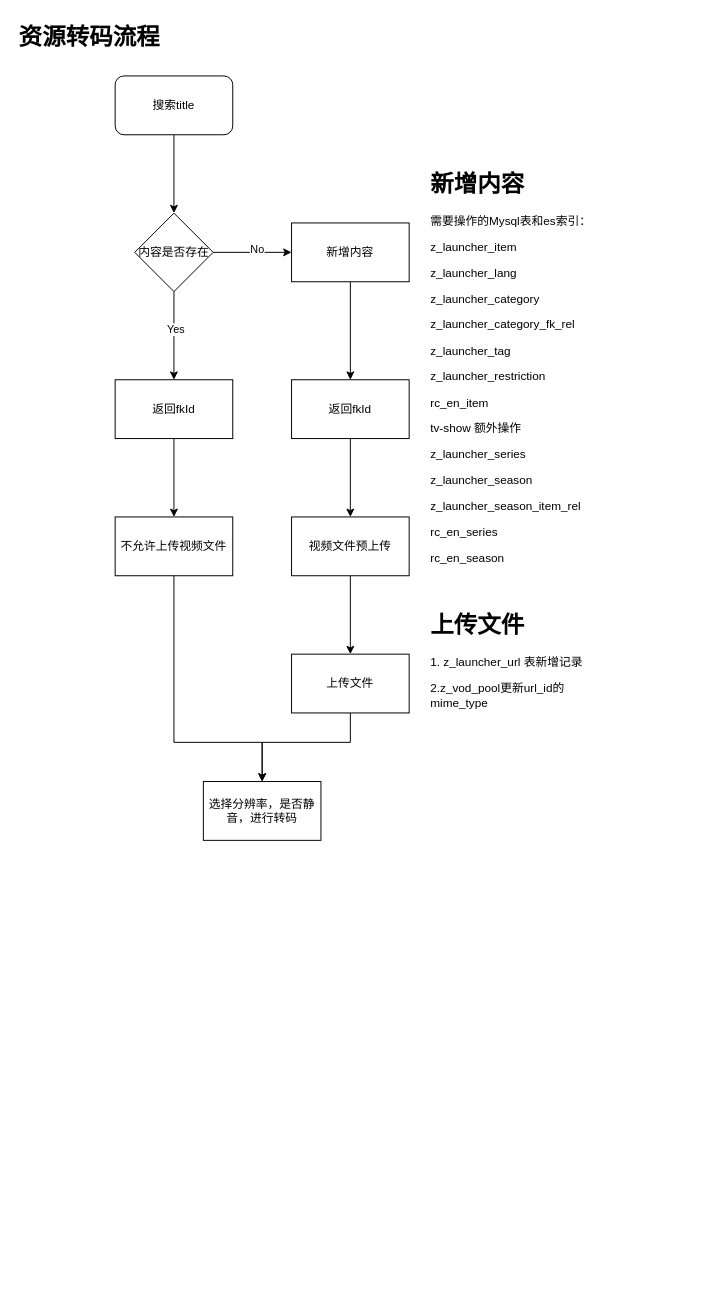
stevezhouht/baiduCDP keeps this draw.io diagram as update/资源转码.drawio. Above is the earlier version. Source tidied: cells renumbered, new cells numbered last; positions are measured from the earlier drawing's top-left corner, leaving out a move shared by most shapes. Both pictures are drawn from the tidied source at 98%, with x=0, y=0 at pixel (17, 17).
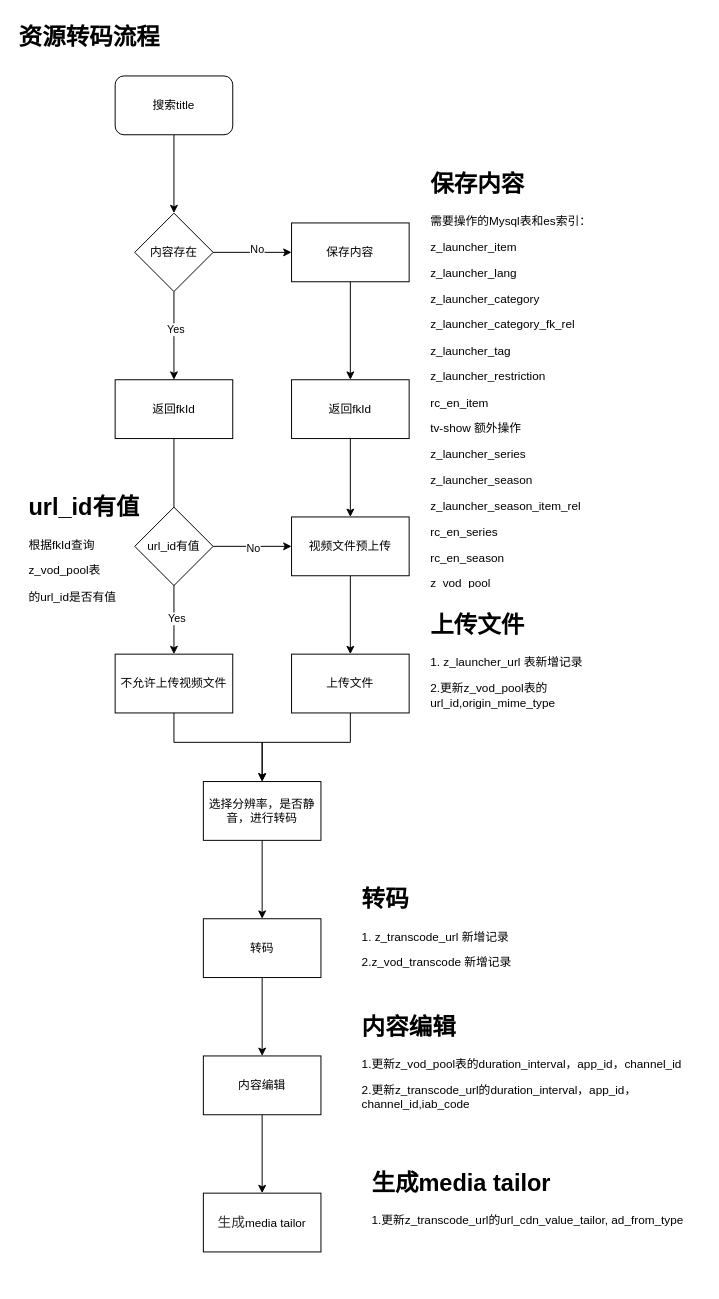
After the change.

Commit message:
更新资源转码.drawio

The change refers to these unchanged cells:
```xml
<mxCell id="11" style="edgeStyle=orthogonalEdgeStyle;rounded=0;jettySize=auto;html=1;" parent="1" edge="1" source="12" target="13">
  <mxGeometry relative="1" as="geometry" />
</mxCell>
<mxCell id="17" value="视频文件预上传" style="whiteSpace=wrap;html=1;rounded=0;" parent="1" vertex="1">
  <mxGeometry x="280" y="510" width="120" height="60" as="geometry" />
</mxCell>
<mxCell id="22" value="选择分辨率，是否静音，进行转码" style="rounded=0;whiteSpace=wrap;html=1;" parent="1" vertex="1">
  <mxGeometry x="190" y="780" width="120" height="60" as="geometry" />
</mxCell>
```

What changed in the source:
```diff
@@
-    <mxCell id="8" value="内容是否存在" style="rhombus;whiteSpace=wrap;html=1;" parent="1" vertex="1">
+    <mxCell id="8" value="内容存在" style="rhombus;whiteSpace=wrap;html=1;" parent="1" vertex="1">
       <mxGeometry x="120" y="200" width="80" height="80" as="geometry" />
     </mxCell>
@@
-    <mxCell id="10" value="新增内容" style="rounded=0;whiteSpace=wrap;html=1;" parent="1" vertex="1">
+    <mxCell id="10" value="保存内容" style="rounded=0;whiteSpace=wrap;html=1;" parent="1" vertex="1">
       <mxGeometry x="280" y="210" width="120" height="60" as="geometry" />
     </mxCell>
@@
+    <mxCell id="25" value="Yes" style="edgeLabel;html=1;align=center;verticalAlign=middle;" parent="11" vertex="1">
+      <mxGeometry x="0.66" y="2" relative="1" as="geometry" />
+    </mxCell>
@@
     <mxCell id="13" value="不允许上传视频文件" style="whiteSpace=wrap;html=1;" parent="1" vertex="1">
-      <mxGeometry x="100" y="510" width="120" height="60" as="geometry" />
+      <mxGeometry x="100" y="650" width="120" height="60" as="geometry" />
     </mxCell>
@@
-    <mxCell id="20" value="&lt;h1 style=&quot;margin-top: 0px;&quot;&gt;上传文件&lt;/h1&gt;&lt;p&gt;1. z_launcher_url 表新增记录&lt;/p&gt;&lt;p&gt;2.z_vod_pool更新url_id的mime_type&lt;/p&gt;" style="text;html=1;whiteSpace=wrap;overflow=hidden;rounded=0;" parent="1" vertex="1">
+    <mxCell id="20" value="&lt;h1 style=&quot;margin-top: 0px;&quot;&gt;上传文件&lt;/h1&gt;&lt;p&gt;1. z_launcher_url 表新增记录&lt;/p&gt;&lt;p&gt;2.更新z_vod_pool表的url_id,origin_mime_type&lt;/p&gt;" style="text;html=1;whiteSpace=wrap;overflow=hidden;rounded=0;" parent="1" vertex="1">
       <mxGeometry x="420" y="600" width="180" height="120" as="geometry" />
     </mxCell>
@@
+    <mxCell id="26" style="edgeStyle=orthogonalEdgeStyle;rounded=0;jettySize=auto;html=1;" parent="1" edge="1" source="22" target="32">
+      <mxGeometry relative="1" as="geometry" />
+    </mxCell>
@@
-    <mxCell id="24" value="&lt;h1 style=&quot;margin-top: 0px;&quot;&gt;新增内容&lt;/h1&gt;&lt;p&gt;需要操作的Mysql表和es索引：&lt;/p&gt;&lt;p&gt;z_launcher_item&lt;/p&gt;&lt;p&gt;z_launcher_lang&lt;/p&gt;&lt;p&gt;z_launcher_category&lt;/p&gt;&lt;p&gt;z_launcher_category_fk_rel&lt;/p&gt;&lt;p&gt;z_launcher_tag&lt;/p&gt;&lt;p&gt;z_launcher_restriction&lt;/p&gt;&lt;p&gt;rc_en_item&lt;/p&gt;&lt;p&gt;tv-show 额外操作&lt;/p&gt;&lt;p&gt;z_launcher_series&lt;/p&gt;&lt;p&gt;z_launcher_season&lt;/p&gt;&lt;p&gt;z_launcher_season_item_rel&lt;/p&gt;&lt;p&gt;rc_en_series&lt;/p&gt;&lt;p&gt;rc_en_season&lt;/p&gt;" style="text;html=1;whiteSpace=wrap;overflow=hidden;rounded=0;" parent="1" vertex="1">
+    <mxCell id="24" value="&lt;h1 style=&quot;margin-top: 0px;&quot;&gt;保存内容&lt;/h1&gt;&lt;p&gt;需要操作的Mysql表和es索引：&lt;/p&gt;&lt;p&gt;z_launcher_item&lt;/p&gt;&lt;p&gt;z_launcher_lang&lt;/p&gt;&lt;p&gt;z_launcher_category&lt;/p&gt;&lt;p&gt;z_launcher_category_fk_rel&lt;/p&gt;&lt;p&gt;z_launcher_tag&lt;/p&gt;&lt;p&gt;z_launcher_restriction&lt;/p&gt;&lt;p&gt;rc_en_item&lt;/p&gt;&lt;p&gt;tv-show 额外操作&lt;/p&gt;&lt;p&gt;z_launcher_series&lt;/p&gt;&lt;p&gt;z_launcher_season&lt;/p&gt;&lt;p&gt;z_launcher_season_item_rel&lt;/p&gt;&lt;p&gt;rc_en_series&lt;/p&gt;&lt;p&gt;rc_en_season&lt;/p&gt;&lt;p&gt;z_vod_pool&lt;/p&gt;" style="text;html=1;whiteSpace=wrap;overflow=hidden;rounded=0;" parent="1" vertex="1">
       <mxGeometry x="420" y="150" width="180" height="430" as="geometry" />
     </mxCell>
+    <mxCell id="27" style="edgeStyle=orthogonalEdgeStyle;rounded=0;jettySize=auto;html=1;" parent="1" edge="1" source="29" target="17">
+      <mxGeometry relative="1" as="geometry" />
+    </mxCell>
+    <mxCell id="28" value="No" style="edgeLabel;html=1;align=center;verticalAlign=middle;" parent="27" vertex="1">
+      <mxGeometry y="-1" relative="1" as="geometry" />
+    </mxCell>
+    <mxCell id="29" value="&lt;span style=&quot;background-color: initial;&quot;&gt;url_id有值&lt;/span&gt;" style="rhombus;whiteSpace=wrap;html=1;" parent="1" vertex="1">
+      <mxGeometry x="120" y="500" width="80" height="80" as="geometry" />
+    </mxCell>
+    <mxCell id="30" value="&lt;h1 style=&quot;margin-top: 0px;&quot;&gt;url_id有值&lt;/h1&gt;&lt;p&gt;根据fkId查询&lt;/p&gt;&lt;p&gt;&lt;span style=&quot;background-color: initial;&quot;&gt;z_vod_pool表&lt;/span&gt;&lt;/p&gt;&lt;p&gt;&lt;span style=&quot;background-color: initial;&quot;&gt;的url_id是否有值&lt;/span&gt;&lt;/p&gt;" style="text;html=1;whiteSpace=wrap;overflow=hidden;rounded=0;" parent="1" vertex="1">
+      <mxGeometry x="10" y="480" width="140" height="120" as="geometry" />
+    </mxCell>
+    <mxCell id="31" style="edgeStyle=orthogonalEdgeStyle;rounded=0;jettySize=auto;html=1;" parent="1" edge="1" source="32" target="35">
+      <mxGeometry relative="1" as="geometry" />
+    </mxCell>
+    <mxCell id="32" value="转码" style="whiteSpace=wrap;html=1;rounded=0;" parent="1" vertex="1">
+      <mxGeometry x="190" y="920" width="120" height="60" as="geometry" />
+    </mxCell>
+    <mxCell id="33" value="&lt;h1 style=&quot;margin-top: 0px;&quot;&gt;转码&lt;/h1&gt;&lt;p&gt;1.&amp;nbsp;z_transcode_url 新增记录&lt;/p&gt;&lt;p&gt;2.z_vod_transcode 新增记录&lt;/p&gt;" style="text;html=1;whiteSpace=wrap;overflow=hidden;rounded=0;" parent="1" vertex="1">
+      <mxGeometry x="350" y="880" width="180" height="120" as="geometry" />
+    </mxCell>
+    <mxCell id="34" style="edgeStyle=orthogonalEdgeStyle;rounded=0;jettySize=auto;html=1;" parent="1" edge="1" source="35" target="36">
+      <mxGeometry relative="1" as="geometry" />
+    </mxCell>
+    <mxCell id="35" value="内容编辑" style="whiteSpace=wrap;html=1;rounded=0;" parent="1" vertex="1">
+      <mxGeometry x="190" y="1060" width="120" height="60" as="geometry" />
+    </mxCell>
+    <mxCell id="36" value="&lt;span style=&quot;color: rgb(51, 51, 51); font-family: -apple-system, BlinkMacSystemFont, &amp;quot;Segoe UI&amp;quot;, Roboto, &amp;quot;Helvetica Neue&amp;quot;, Arial, &amp;quot;Noto Sans&amp;quot;, &amp;quot;Liberation Sans&amp;quot;, &amp;quot;Helvetica Neue&amp;quot;, Helvetica, Tahoma, Arial, &amp;quot;PingFang SC&amp;quot;, &amp;quot;Hiragino Sans GB&amp;quot;, &amp;quot;Heiti SC&amp;quot;, &amp;quot;Microsoft YaHei&amp;quot;, &amp;quot;WenQuanYi Micro Hei&amp;quot;, sans-serif, &amp;quot;Apple Color Emoji&amp;quot;, &amp;quot;Segoe UI Emoji&amp;quot;, &amp;quot;Segoe UI Symbol&amp;quot;, &amp;quot;Noto Color Emoji&amp;quot;; font-size: 14px; text-align: start; background-color: rgb(255, 255, 255);&quot;&gt;生成&lt;/span&gt;media tailor" style="whiteSpace=wrap;html=1;rounded=0;" parent="1" vertex="1">
+      <mxGeometry x="190" y="1200" width="120" height="60" as="geometry" />
+    </mxCell>
+    <mxCell id="37" value="&lt;h1 style=&quot;margin-top: 0px;&quot;&gt;内容编辑&lt;/h1&gt;&lt;p&gt;1.更新z_vod_pool表的duration_interval，app_id，channel_id&lt;/p&gt;&lt;p&gt;2.更新z_transcode_url的duration_interval，app_id，channel_id,iab_code&lt;/p&gt;" style="text;html=1;whiteSpace=wrap;overflow=hidden;rounded=0;" parent="1" vertex="1">
+      <mxGeometry x="350" y="1010" width="350" height="120" as="geometry" />
+    </mxCell>
+    <mxCell id="38" value="&lt;h1 style=&quot;margin-top: 0px;&quot;&gt;生成media tailor&lt;/h1&gt;&lt;p&gt;1.更新z_transcode_url的url_cdn_value_tailor,&amp;nbsp;ad_from_type&lt;br&gt;&lt;/p&gt;" style="text;html=1;whiteSpace=wrap;overflow=hidden;rounded=0;" parent="1" vertex="1">
+      <mxGeometry x="360" y="1169" width="340" height="120" as="geometry" />
+    </mxCell>
```
